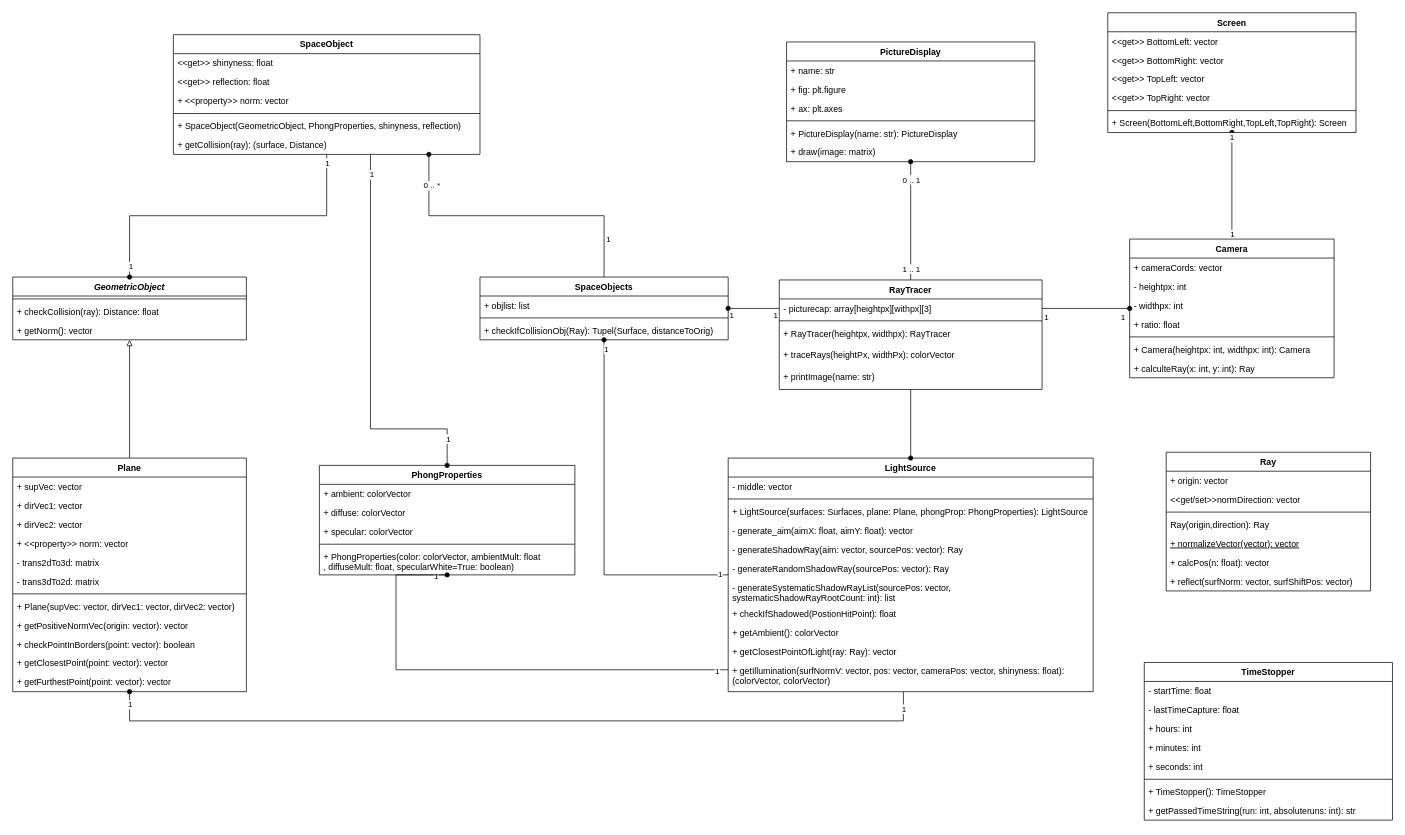
Earlier version of the draw.io diagram rayclasses.drawio (FreshMax9000/RayTrace). Source tidied: cells renumbered, new cells numbered last; positions are measured from the earlier drawing's top-left corner, leaving out a move shared by most shapes. Both pictures are drawn from the tidied source at 73%, with x=0, y=0 at pixel (12, 12).
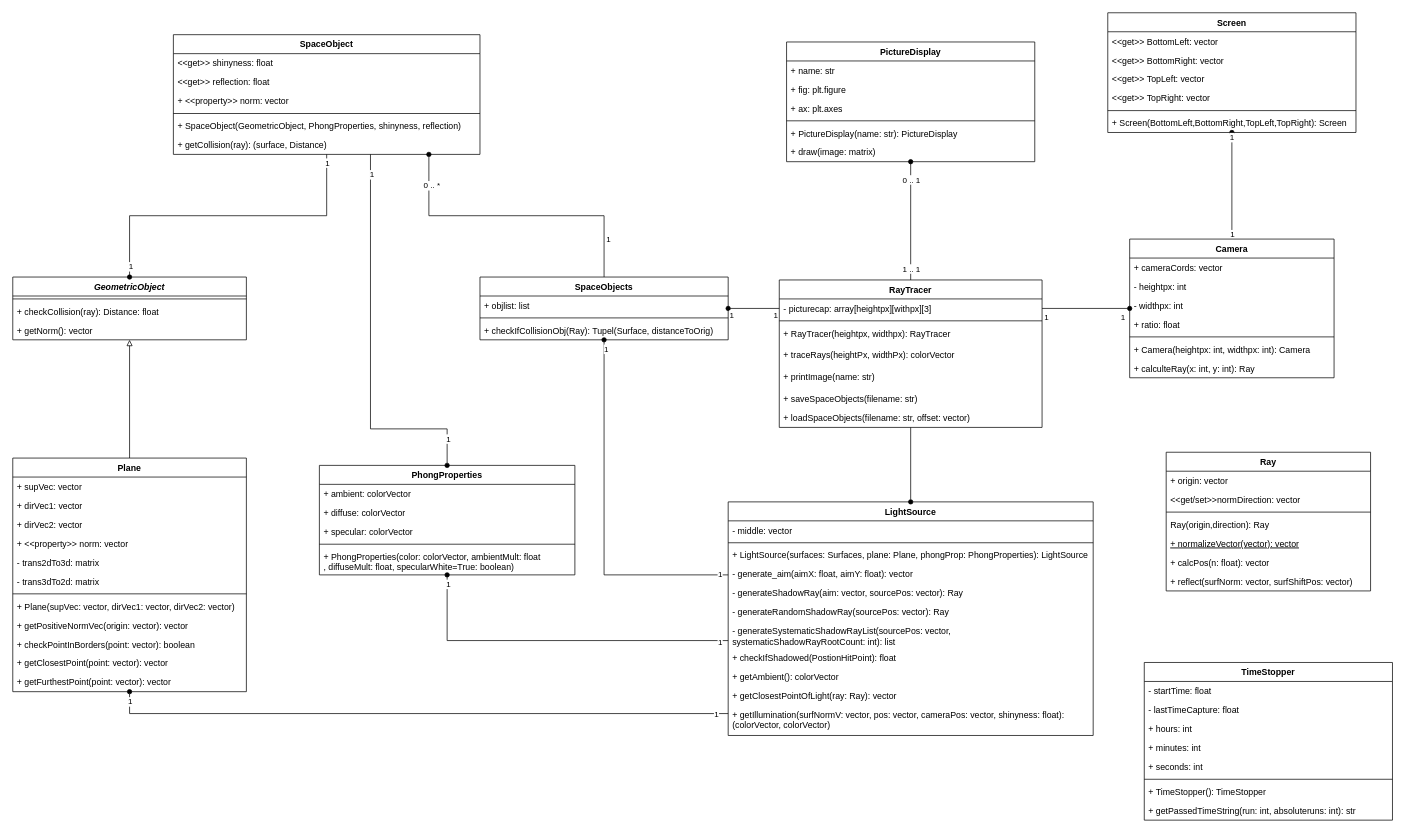
After the change.

Commit message:
Added saving SpaceObjects to RayTracer

Unchanged cells that the change refers to:
```xml
<mxCell id="57" value="Plane" style="swimlane;fontStyle=1;align=center;verticalAlign=top;horizontal=1;startSize=26;" parent="1" vertex="1">
  <mxGeometry y="610" width="320" height="320" as="geometry" />
</mxCell>
<mxCell id="85" value="PhongProperties" style="swimlane;fontStyle=1;align=center;verticalAlign=top;horizontal=1;startSize=26;" parent="1" vertex="1">
  <mxGeometry x="420" y="620" width="350" height="150" as="geometry" />
</mxCell>
```

The edit, as a diff of the source:
```diff
@@
     <mxCell id="23" value="RayTracer" style="swimlane;fontStyle=1;align=center;verticalAlign=top;horizontal=1;startSize=26;" parent="1" vertex="1">
-      <mxGeometry x="1050" y="366" width="360" height="150" as="geometry" />
+      <mxGeometry x="1050" y="366" width="360" height="202" as="geometry" />
     </mxCell>
@@
+    <mxCell id="125" value="+ saveSpaceObjects(filename: str)" style="text;strokeColor=none;fillColor=none;align=left;verticalAlign=top;spacingLeft=4;spacingRight=4;overflow=hidden;" parent="23" vertex="1">
+      <mxGeometry y="150" width="360" height="26" as="geometry" />
+    </mxCell>
+    <mxCell id="126" value="+ loadSpaceObjects(filename: str, offset: vector)" style="text;strokeColor=none;fillColor=none;align=left;verticalAlign=top;spacingLeft=4;spacingRight=4;overflow=hidden;" parent="23" vertex="1">
+      <mxGeometry y="176" width="360" height="26" as="geometry" />
+    </mxCell>
@@
     <mxCell id="53" style="edgeStyle=orthogonalEdgeStyle;rounded=0;jettySize=auto;html=1;exitX=0.5;exitY=1;exitDx=0;exitDy=0;startArrow=oval;startFill=1;endArrow=none;endFill=0;" parent="1" edge="1" source="57" target="70">
       <mxGeometry relative="1" as="geometry">
         <Array as="points">
-          <mxPoint x="160" y="970" />
-          <mxPoint x="1220" y="970" />
+          <mxPoint x="160" y="960" />
         </Array>
       </mxGeometry>
     </mxCell>
@@
     <mxCell id="70" value="LightSource" style="swimlane;fontStyle=1;align=center;verticalAlign=top;horizontal=1;startSize=26;" parent="1" vertex="1">
-      <mxGeometry x="980" y="610" width="500" height="320" as="geometry" />
+      <mxGeometry x="980" y="670" width="500" height="320" as="geometry" />
     </mxCell>
@@
     <mxCell id="82" style="edgeStyle=orthogonalEdgeStyle;rounded=0;jettySize=auto;html=1;exitX=0.5;exitY=1;exitDx=0;exitDy=0;startArrow=oval;startFill=1;endArrow=none;endFill=0;" parent="1" edge="1" source="85" target="70">
       <mxGeometry relative="1" as="geometry">
         <Array as="points">
-          <mxPoint x="525" y="770" />
-          <mxPoint x="525" y="900" />
+          <mxPoint x="595" y="860" />
         </Array>
       </mxGeometry>
     </mxCell>
```
